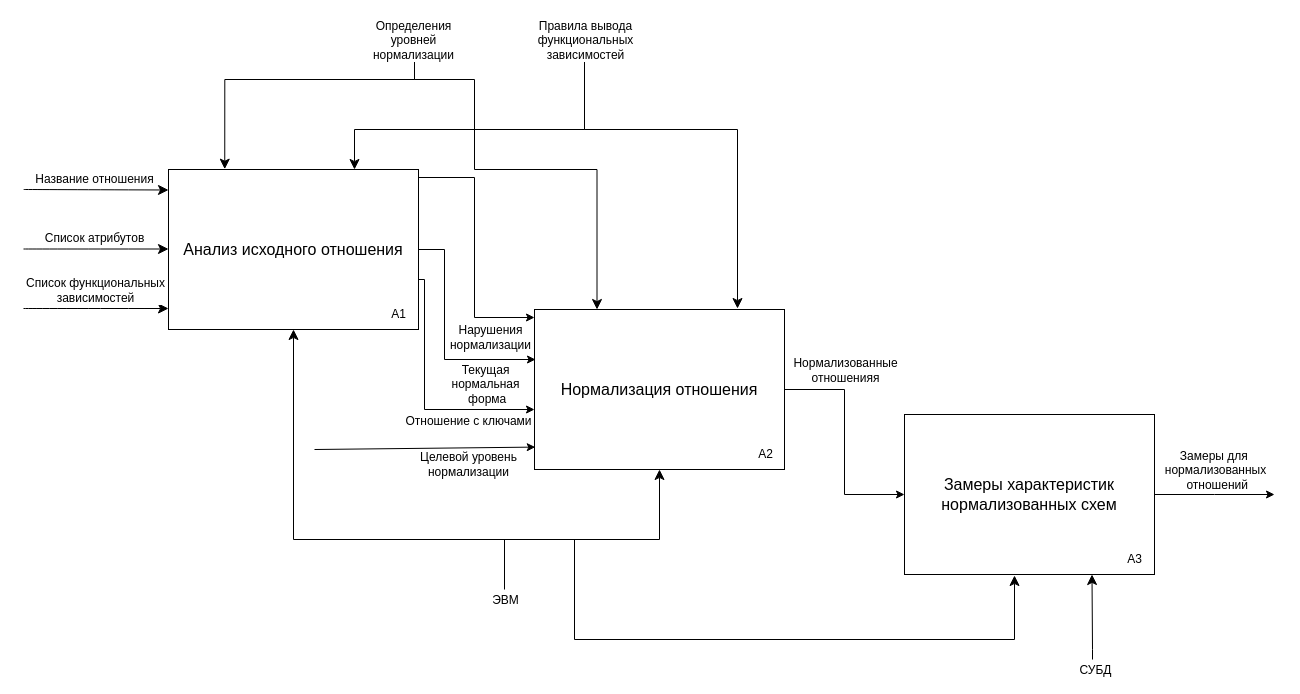
Earlier version of the draw.io diagram idef0_1.drawio (sampletext117/auto_normalization). Source tidied: cells renumbered, new cells numbered last; positions are measured from the earlier drawing's top-left corner, leaving out a move shared by most shapes. Both pictures are drawn from the tidied source at 100%, with x=0, y=0 at pixel (23, 39).
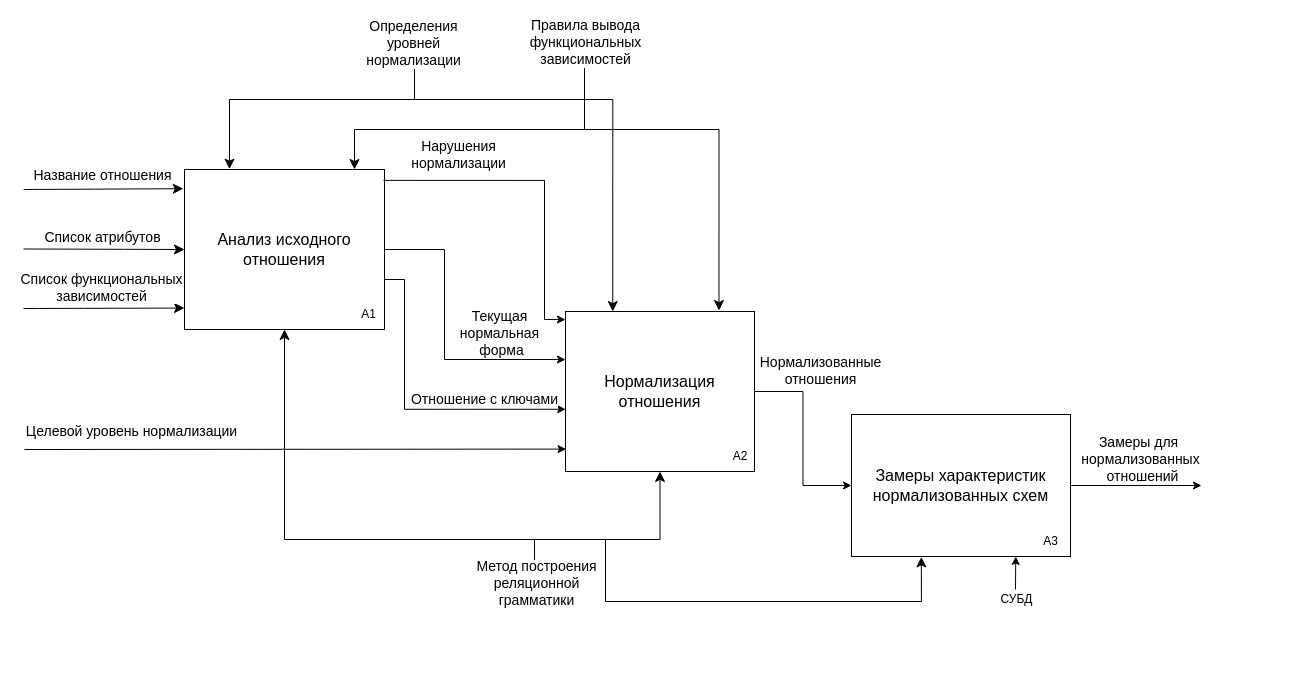
The same page after the edit.

Change to the diagram source:
```diff
@@
+    <mxCell id="40" value="&lt;font style=&quot;font-size: 14px;&quot;&gt;Замеры для&amp;nbsp;&lt;/font&gt;&lt;div&gt;&lt;font style=&quot;font-size: 14px;&quot;&gt;нормализованных&lt;/font&gt;&lt;div&gt;&lt;font style=&quot;font-size: 14px;&quot;&gt;&amp;nbsp;отношений&lt;/font&gt;&lt;/div&gt;&lt;/div&gt;" style="edgeLabel;html=1;align=center;verticalAlign=middle;fontSize=12;" parent="1" vertex="1">
+      <mxGeometry x="1116" y="420" as="geometry">
+        <mxPoint y="-1" as="offset" />
+      </mxGeometry>
+    </mxCell>
     <mxCell id="2" style="group;" parent="1" vertex="1">
-      <mxGeometry x="145" y="130" width="250" height="160" as="geometry" />
+      <mxGeometry x="161" y="130" width="200" height="160" as="geometry" />
     </mxCell>
     <mxCell id="3" value="&lt;font style=&quot;font-size: 16px;&quot;&gt;Анализ исходного отношения&lt;/font&gt;" style="rounded=0;whiteSpace=wrap;html=1;" parent="2" vertex="1">
-      <mxGeometry width="250" height="160" as="geometry" />
+      <mxGeometry width="200" height="160" as="geometry" />
     </mxCell>
     <mxCell id="4" value="A1" style="text;html=1;align=center;verticalAlign=middle;whiteSpace=wrap;rounded=0;" parent="2" vertex="1">
-      <mxGeometry x="211" y="130" width="39" height="30" as="geometry" />
+      <mxGeometry x="168.8" y="130" width="31.2" height="30" as="geometry" />
     </mxCell>
-    <mxCell id="5" style="endArrow=classic;html=1;rounded=0;fontSize=12;startSize=8;endSize=8;curved=1;entryX=0.003;entryY=0.178;entryDx=0;entryDy=0;entryPerimeter=0;" parent="1" edge="1">
+    <mxCell id="5" style="endArrow=classic;html=1;rounded=0;fontSize=12;startSize=8;endSize=8;curved=1;entryX=-0.006;entryY=0.12;entryDx=0;entryDy=0;entryPerimeter=0;" parent="1" edge="1" target="3">
       <mxGeometry relative="1" as="geometry">
         <mxPoint x="0.2" y="150" as="sourcePoint" />
-        <mxPoint x="145" y="150.5" as="targetPoint" />
       </mxGeometry>
     </mxCell>
-    <mxCell id="6" value="Название отношения" style="edgeLabel;html=1;align=center;verticalAlign=middle;fontSize=12;" parent="5" vertex="1">
+    <mxCell id="6" value="&lt;font style=&quot;font-size: 14px;&quot;&gt;Название отношения&lt;/font&gt;" style="edgeLabel;html=1;align=center;verticalAlign=middle;fontSize=12;" parent="5" vertex="1">
       <mxGeometry x="0.01" y="1" relative="1" as="geometry">
-        <mxPoint x="-3" y="-10" as="offset" />
+        <mxPoint x="-3" y="-13" as="offset" />
       </mxGeometry>
     </mxCell>
-    <mxCell id="7" style="endArrow=classic;html=1;rounded=0;fontSize=12;startSize=8;endSize=8;curved=1;entryX=0.003;entryY=0.178;entryDx=0;entryDy=0;entryPerimeter=0;" parent="1" edge="1">
+    <mxCell id="7" style="endArrow=classic;html=1;rounded=0;fontSize=12;startSize=8;endSize=8;curved=1;entryX=0;entryY=0.5;entryDx=0;entryDy=0;" parent="1" edge="1" target="3">
       <mxGeometry relative="1" as="geometry">
         <mxPoint y="209.5" as="sourcePoint" />
-        <mxPoint x="145" y="209.5" as="targetPoint" />
       </mxGeometry>
     </mxCell>
-    <mxCell id="8" value="Список атрибутов" style="edgeLabel;html=1;align=center;verticalAlign=middle;fontSize=12;" parent="7" vertex="1">
+    <mxCell id="8" value="&lt;font style=&quot;font-size: 14px;&quot;&gt;Список атрибутов&lt;/font&gt;" style="edgeLabel;html=1;align=center;verticalAlign=middle;fontSize=12;" parent="7" vertex="1">
       <mxGeometry x="0.01" y="1" relative="1" as="geometry">
-        <mxPoint x="-3" y="-10" as="offset" />
+        <mxPoint x="-3" y="-11" as="offset" />
       </mxGeometry>
     </mxCell>
-    <mxCell id="9" style="endArrow=classic;html=1;rounded=0;fontSize=12;startSize=8;endSize=8;curved=1;entryX=0;entryY=0.75;entryDx=0;entryDy=0;" parent="1" edge="1">
+    <mxCell id="9" style="endArrow=classic;html=1;rounded=0;fontSize=12;startSize=8;endSize=8;curved=1;entryX=0;entryY=0.866;entryDx=0;entryDy=0;entryPerimeter=0;" parent="1" edge="1" target="3">
       <mxGeometry relative="1" as="geometry">
         <mxPoint y="269" as="sourcePoint" />
-        <mxPoint x="145" y="269" as="targetPoint" />
       </mxGeometry>
     </mxCell>
-    <mxCell id="10" value="Список функциональных&lt;div&gt;зависимостей&lt;/div&gt;" style="edgeLabel;html=1;align=center;verticalAlign=middle;fontSize=12;" parent="9" vertex="1">
+    <mxCell id="10" value="&lt;font style=&quot;font-size: 14px;&quot;&gt;Список функциональных&lt;/font&gt;&lt;div&gt;&lt;font style=&quot;font-size: 14px;&quot;&gt;зависимостей&lt;/font&gt;&lt;/div&gt;" style="edgeLabel;html=1;align=center;verticalAlign=middle;fontSize=12;" parent="9" vertex="1">
       <mxGeometry x="0.01" y="1" relative="1" as="geometry">
-        <mxPoint x="-2" y="-18" as="offset" />
+        <mxPoint x="-3" y="-20" as="offset" />
       </mxGeometry>
     </mxCell>
     <mxCell id="11" style="endArrow=classic;html=1;rounded=0;fontSize=12;startSize=8;endSize=8;entryX=0.225;entryY=-0.002;entryDx=0;entryDy=0;entryPerimeter=0;edgeStyle=orthogonalEdgeStyle;" parent="1" edge="1" target="3">
       <mxGeometry relative="1" as="geometry">
         <mxPoint x="391" y="20" as="sourcePoint" />
         <Array as="points">
-          <mxPoint x="391" y="40" />
-          <mxPoint x="201" y="40" />
+          <mxPoint x="391" y="60" />
+          <mxPoint x="206" y="60" />
         </Array>
       </mxGeometry>
     </mxCell>
-    <mxCell id="12" value="Определения&lt;div&gt;уровней&lt;/div&gt;&lt;div&gt;нормализации&lt;/div&gt;" style="edgeLabel;html=1;align=center;verticalAlign=middle;fontSize=12;" parent="1" vertex="1">
-      <mxGeometry x="389" as="geometry" />
+    <mxCell id="12" value="&lt;font style=&quot;font-size: 14px;&quot;&gt;Определения&lt;/font&gt;&lt;div&gt;&lt;font style=&quot;font-size: 14px;&quot;&gt;уровней&lt;/font&gt;&lt;/div&gt;&lt;div&gt;&lt;font style=&quot;font-size: 14px;&quot;&gt;нормализации&lt;/font&gt;&lt;/div&gt;" style="edgeLabel;html=1;align=center;verticalAlign=middle;fontSize=12;" parent="1" vertex="1">
+      <mxGeometry x="389" y="3" as="geometry" />
     </mxCell>
@@
-    <mxCell id="14" value="Правила вывода&lt;div&gt;функциональных&lt;/div&gt;&lt;div&gt;зависимостей&lt;/div&gt;" style="edgeLabel;html=1;align=center;verticalAlign=middle;fontSize=12;" parent="1" vertex="1">
-      <mxGeometry x="561" as="geometry" />
+    <mxCell id="14" value="&lt;font style=&quot;font-size: 14px;&quot;&gt;Правила вывода&lt;/font&gt;&lt;div&gt;&lt;font style=&quot;font-size: 14px;&quot;&gt;функциональных&lt;/font&gt;&lt;/div&gt;&lt;div&gt;&lt;font style=&quot;font-size: 14px;&quot;&gt;зависимостей&lt;/font&gt;&lt;/div&gt;" style="edgeLabel;html=1;align=center;verticalAlign=middle;fontSize=12;" parent="1" vertex="1">
+      <mxGeometry x="561" y="2" as="geometry" />
     </mxCell>
-    <mxCell id="15" value="ЭВМ" style="edgeLabel;html=1;align=center;verticalAlign=middle;fontSize=12;" parent="1" vertex="1">
-      <mxGeometry x="481" y="560" as="geometry" />
+    <mxCell id="15" value="&lt;font style=&quot;font-size: 14px;&quot;&gt;Метод построения&lt;/font&gt;&lt;div&gt;&lt;font style=&quot;font-size: 14px;&quot;&gt;реляционной&lt;/font&gt;&lt;/div&gt;&lt;div&gt;&lt;font style=&quot;font-size: 14px;&quot;&gt;грамматики&lt;/font&gt;&lt;/div&gt;" style="edgeLabel;html=1;align=center;verticalAlign=middle;fontSize=12;" parent="1" vertex="1">
+      <mxGeometry x="512" y="543" as="geometry" />
     </mxCell>
     <mxCell id="16" style="group;" parent="1" vertex="1">
-      <mxGeometry x="511" y="270" width="250" height="160" as="geometry" />
+      <mxGeometry x="542" y="272" width="189" height="160" as="geometry" />
     </mxCell>
-    <mxCell id="17" value="&lt;span style=&quot;font-size: 16px;&quot;&gt;Нормализация отношения&lt;/span&gt;" style="rounded=0;whiteSpace=wrap;html=1;" parent="16" vertex="1">
-      <mxGeometry width="250" height="160" as="geometry" />
+    <mxCell id="17" value="&lt;span style=&quot;font-size: 16px;&quot;&gt;Нормализация&lt;/span&gt;&lt;div&gt;&lt;span style=&quot;font-size: 16px;&quot;&gt;отношения&lt;/span&gt;&lt;/div&gt;" style="rounded=0;whiteSpace=wrap;html=1;" parent="16" vertex="1">
+      <mxGeometry width="189" height="160" as="geometry" />
     </mxCell>
     <mxCell id="18" value="A2" style="text;html=1;align=center;verticalAlign=middle;whiteSpace=wrap;rounded=0;" parent="16" vertex="1">
-      <mxGeometry x="212" y="130" width="39" height="30" as="geometry" />
+      <mxGeometry x="160.3" y="130" width="29.5" height="30" as="geometry" />
     </mxCell>
-    <mxCell id="19" style="edgeStyle=orthogonalEdgeStyle;rounded=0;orthogonalLoop=1;jettySize=auto;html=1;" parent="1" edge="1">
+    <mxCell id="19" style="edgeStyle=orthogonalEdgeStyle;rounded=0;jettySize=auto;html=1;exitX=0.995;exitY=0.068;exitDx=0;exitDy=0;exitPerimeter=0;" parent="1" edge="1" source="3">
       <mxGeometry relative="1" as="geometry">
-        <mxPoint x="395" y="138" as="sourcePoint" />
-        <mxPoint x="511" y="278" as="targetPoint" />
+        <mxPoint x="542" y="280" as="targetPoint" />
         <Array as="points">
-          <mxPoint x="451" y="138" />
-          <mxPoint x="451" y="278" />
-          <mxPoint x="511" y="278" />
+          <mxPoint x="521" y="141" />
+          <mxPoint x="521" y="280" />
         </Array>
       </mxGeometry>
     </mxCell>
     <mxCell id="20" style="group;" parent="1" vertex="1">
-      <mxGeometry x="881" y="375" width="250" height="160" as="geometry" />
+      <mxGeometry x="857" y="377" width="250" height="160" as="geometry" />
     </mxCell>
     <mxCell id="21" style="edgeStyle=orthogonalEdgeStyle;rounded=0;jettySize=auto;html=1;" parent="20" edge="1" source="22">
       <mxGeometry relative="1" as="geometry">
-        <mxPoint x="370" y="80" as="targetPoint" />
+        <mxPoint x="321" y="69" as="targetPoint" />
       </mxGeometry>
     </mxCell>
     <mxCell id="22" value="&lt;span style=&quot;font-size: 16px;&quot;&gt;Замеры характеристик&lt;/span&gt;&lt;div&gt;&lt;span style=&quot;font-size: 16px;&quot;&gt;нормализованных схем&lt;/span&gt;&lt;/div&gt;" style="rounded=0;whiteSpace=wrap;html=1;" parent="20" vertex="1">
-      <mxGeometry width="250" height="160" as="geometry" />
+      <mxGeometry x="-29" y="-2" width="219" height="142" as="geometry" />
     </mxCell>
     <mxCell id="23" value="А3" style="text;html=1;align=center;verticalAlign=middle;whiteSpace=wrap;rounded=0;" parent="20" vertex="1">
-      <mxGeometry x="211" y="130" width="39" height="30" as="geometry" />
+      <mxGeometry x="151" y="110" width="39" height="30" as="geometry" />
     </mxCell>
@@
-    <mxCell id="25" value="Нормализованные&lt;div&gt;отношенияя&lt;/div&gt;" style="edgeLabel;html=1;align=center;verticalAlign=middle;fontSize=12;" parent="1" vertex="1">
-      <mxGeometry x="821" y="330" as="geometry" />
+    <mxCell id="25" value="&lt;font style=&quot;font-size: 14px;&quot;&gt;Нормализованные&lt;/font&gt;&lt;div&gt;&lt;font style=&quot;font-size: 14px;&quot;&gt;отношения&lt;/font&gt;&lt;/div&gt;" style="edgeLabel;html=1;align=center;verticalAlign=middle;fontSize=12;" parent="1" vertex="1">
+      <mxGeometry x="796" y="330" as="geometry" />
     </mxCell>
     <mxCell id="26" style="endArrow=classic;html=1;rounded=0;fontSize=12;startSize=8;endSize=8;entryX=0.812;entryY=-0.006;entryDx=0;entryDy=0;edgeStyle=orthogonalEdgeStyle;entryPerimeter=0;" parent="1" edge="1" target="17">
       <mxGeometry relative="1" as="geometry">
         <mxPoint x="561" y="30" as="sourcePoint" />
         <Array as="points">
           <mxPoint x="561" y="90" />
-          <mxPoint x="714" y="90" />
+          <mxPoint x="695" y="90" />
         </Array>
       </mxGeometry>
     </mxCell>
     <mxCell id="27" style="endArrow=classic;html=1;rounded=0;fontSize=12;startSize=8;endSize=8;edgeStyle=orthogonalEdgeStyle;entryX=0.25;entryY=0;entryDx=0;entryDy=0;" parent="1" edge="1" target="17">
       <mxGeometry relative="1" as="geometry">
         <mxPoint x="391" y="30" as="sourcePoint" />
         <Array as="points">
-          <mxPoint x="391" y="40" />
-          <mxPoint x="451" y="40" />
-          <mxPoint x="451" y="130" />
-          <mxPoint x="574" y="130" />
+          <mxPoint x="391" y="60" />
+          <mxPoint x="589" y="60" />
         </Array>
       </mxGeometry>
     </mxCell>
     <mxCell id="28" style="endArrow=classic;html=1;rounded=0;fontSize=12;startSize=8;endSize=8;edgeStyle=orthogonalEdgeStyle;entryX=0.5;entryY=1;entryDx=0;entryDy=0;" parent="1" edge="1" target="3">
       <mxGeometry relative="1" as="geometry">
-        <mxPoint x="481" y="500" as="sourcePoint" />
+        <mxPoint x="511" y="520" as="sourcePoint" />
         <Array as="points">
-          <mxPoint x="270" y="500" />
+          <mxPoint x="511" y="500" />
+          <mxPoint x="261" y="500" />
         </Array>
       </mxGeometry>
     </mxCell>
     <mxCell id="29" style="endArrow=classic;html=1;rounded=0;fontSize=12;startSize=8;endSize=8;edgeStyle=orthogonalEdgeStyle;entryX=0.5;entryY=1;entryDx=0;entryDy=0;" parent="1" edge="1" target="17">
       <mxGeometry relative="1" as="geometry">
-        <mxPoint x="481" y="550" as="sourcePoint" />
+        <mxPoint x="511" y="520" as="sourcePoint" />
         <Array as="points">
-          <mxPoint x="481" y="500" />
-          <mxPoint x="636" y="500" />
+          <mxPoint x="511" y="500" />
+          <mxPoint x="637" y="500" />
+          <mxPoint x="637" y="432" />
         </Array>
       </mxGeometry>
     </mxCell>
-    <mxCell id="30" style="endArrow=classic;html=1;rounded=0;fontSize=12;startSize=8;endSize=8;edgeStyle=orthogonalEdgeStyle;" parent="1" edge="1">
+    <mxCell id="30" style="endArrow=classic;html=1;rounded=0;fontSize=12;startSize=8;endSize=8;edgeStyle=orthogonalEdgeStyle;entryX=0.319;entryY=1.003;entryDx=0;entryDy=0;entryPerimeter=0;" parent="1" edge="1" target="22">
       <mxGeometry relative="1" as="geometry">
-        <mxPoint x="478.8" y="500" as="sourcePoint" />
-        <mxPoint x="991" y="536" as="targetPoint" />
+        <mxPoint x="531" y="500" as="sourcePoint" />
         <Array as="points">
-          <mxPoint x="551" y="500" />
-          <mxPoint x="551" y="600" />
-          <mxPoint x="991" y="600" />
-          <mxPoint x="991" y="536" />
+          <mxPoint x="582" y="500" />
+          <mxPoint x="582" y="562" />
+          <mxPoint x="898" y="562" />
         </Array>
       </mxGeometry>
     </mxCell>
     <mxCell id="31" value="СУБД" style="edgeLabel;html=1;align=center;verticalAlign=middle;fontSize=12;" parent="1" vertex="1">
-      <mxGeometry x="1071" y="630" as="geometry" />
+      <mxGeometry x="993" y="558" as="geometry">
+        <mxPoint x="-1" y="1" as="offset" />
+      </mxGeometry>
     </mxCell>
-    <mxCell id="32" style="endArrow=classic;html=1;rounded=0;fontSize=12;startSize=8;endSize=8;edgeStyle=orthogonalEdgeStyle;entryX=0.75;entryY=1;entryDx=0;entryDy=0;" parent="1" edge="1" target="22">
-      <mxGeometry relative="1" as="geometry">
-        <mxPoint x="1069" y="620" as="sourcePoint" />
-        <Array as="points">
-          <mxPoint x="1069" y="610" />
-        </Array>
-      </mxGeometry>
-    </mxCell>
-    <mxCell id="33" value="Нарушения&lt;div&gt;нормализации&lt;/div&gt;" style="edgeLabel;html=1;align=center;verticalAlign=middle;fontSize=12;" parent="1" vertex="1">
-      <mxGeometry x="466" y="297" as="geometry" />
+    <mxCell id="33" value="&lt;font style=&quot;font-size: 14px;&quot;&gt;Нарушения&lt;/font&gt;&lt;div&gt;&lt;font style=&quot;font-size: 14px;&quot;&gt;нормализации&lt;/font&gt;&lt;/div&gt;" style="edgeLabel;html=1;align=center;verticalAlign=middle;fontSize=12;" parent="1" vertex="1">
+      <mxGeometry x="421" y="130" as="geometry">
+        <mxPoint x="13" y="-16" as="offset" />
+      </mxGeometry>
     </mxCell>
     <mxCell id="34" style="edgeStyle=orthogonalEdgeStyle;rounded=0;jettySize=auto;html=1;exitX=1;exitY=0.5;exitDx=0;exitDy=0;" parent="1" edge="1" source="3">
       <mxGeometry relative="1" as="geometry">
-        <mxPoint x="512" y="320" as="targetPoint" />
+        <mxPoint x="542" y="320" as="targetPoint" />
         <Array as="points">
           <mxPoint x="421" y="210" />
           <mxPoint x="421" y="320" />
-          <mxPoint x="512" y="320" />
+          <mxPoint x="542" y="320" />
         </Array>
       </mxGeometry>
     </mxCell>
-    <mxCell id="35" value="Текущая&lt;div&gt;нормальная&lt;div&gt;&amp;nbsp;форма&lt;/div&gt;&lt;/div&gt;" style="edgeLabel;html=1;align=center;verticalAlign=middle;fontSize=12;" parent="1" vertex="1">
-      <mxGeometry x="455" y="330" as="geometry">
+    <mxCell id="35" value="&lt;font style=&quot;font-size: 14px;&quot;&gt;Текущая&lt;/font&gt;&lt;div&gt;&lt;font style=&quot;font-size: 14px;&quot;&gt;нормальная&lt;/font&gt;&lt;div&gt;&lt;font style=&quot;font-size: 14px;&quot;&gt;&amp;nbsp;форма&lt;/font&gt;&lt;/div&gt;&lt;/div&gt;" style="edgeLabel;html=1;align=center;verticalAlign=middle;fontSize=12;" parent="1" vertex="1">
+      <mxGeometry x="469" y="279" as="geometry">
         <mxPoint x="6" y="14" as="offset" />
       </mxGeometry>
     </mxCell>
-    <mxCell id="36" style="edgeStyle=orthogonalEdgeStyle;rounded=0;jettySize=auto;html=1;exitX=1;exitY=0;exitDx=0;exitDy=0;" parent="1" edge="1" source="4">
+    <mxCell id="36" style="edgeStyle=orthogonalEdgeStyle;rounded=0;jettySize=auto;html=1;exitX=1;exitY=0;exitDx=0;exitDy=0;entryX=0.001;entryY=0.611;entryDx=0;entryDy=0;entryPerimeter=0;" parent="1" edge="1" source="4" target="17">
       <mxGeometry relative="1" as="geometry">
-        <mxPoint x="511" y="370" as="targetPoint" />
         <Array as="points">
-          <mxPoint x="395" y="240" />
-          <mxPoint x="401" y="240" />
-          <mxPoint x="401" y="370" />
-          <mxPoint x="511" y="370" />
+          <mxPoint x="361" y="240" />
+          <mxPoint x="381" y="240" />
+          <mxPoint x="381" y="370" />
         </Array>
       </mxGeometry>
     </mxCell>
-    <mxCell id="37" value="Отношение с ключами" style="edgeLabel;html=1;align=center;verticalAlign=middle;fontSize=12;" parent="1" vertex="1">
-      <mxGeometry x="438" y="367" as="geometry">
+    <mxCell id="37" value="&lt;font style=&quot;font-size: 14px;&quot;&gt;Отношение с ключами&lt;/font&gt;" style="edgeLabel;html=1;align=center;verticalAlign=middle;fontSize=12;" parent="1" vertex="1">
+      <mxGeometry x="454" y="345" as="geometry">
         <mxPoint x="6" y="14" as="offset" />
       </mxGeometry>
     </mxCell>
     <mxCell id="38" style="endArrow=classic;html=1;rounded=0;entryX=0.003;entryY=0.86;entryDx=0;entryDy=0;entryPerimeter=0;" parent="1" edge="1" target="17">
       <mxGeometry relative="1" as="geometry">
-        <mxPoint x="291" y="410" as="sourcePoint" />
+        <mxPoint x="1" y="410" as="sourcePoint" />
       </mxGeometry>
     </mxCell>
-    <mxCell id="39" value="Целевой уровень&lt;div&gt;нормализации&lt;/div&gt;" style="edgeLabel;html=1;align=center;verticalAlign=middle;fontSize=12;" parent="1" vertex="1">
-      <mxGeometry x="438" y="410" as="geometry">
+    <mxCell id="39" value="&lt;font style=&quot;font-size: 14px;&quot;&gt;Целевой уровень&amp;nbsp;&lt;/font&gt;&lt;span style=&quot;font-size: 14px; background-color: light-dark(#ffffff, var(--ge-dark-color, #121212)); color: light-dark(rgb(0, 0, 0), rgb(255, 255, 255));&quot;&gt;нормализации&lt;/span&gt;" style="edgeLabel;html=1;align=center;verticalAlign=middle;fontSize=12;" parent="1" vertex="1">
+      <mxGeometry x="101" y="377" as="geometry">
         <mxPoint x="6" y="14" as="offset" />
       </mxGeometry>
     </mxCell>
-    <mxCell id="40" value="Замеры для&amp;nbsp;&lt;div&gt;нормализованных&lt;div&gt;&amp;nbsp;отношений&lt;/div&gt;&lt;/div&gt;" style="edgeLabel;html=1;align=center;verticalAlign=middle;fontSize=12;" parent="1" vertex="1">
-      <mxGeometry x="1191" y="430" as="geometry" />
-    </mxCell>
+    <mxCell id="41" style="endArrow=classic;html=1;rounded=0;entryX=0.75;entryY=1;entryDx=0;entryDy=0;" parent="1" edge="1" target="22">
+      <mxGeometry relative="1" as="geometry">
+        <mxPoint x="992" y="550" as="sourcePoint" />
+      </mxGeometry>
+    </mxCell>
```
